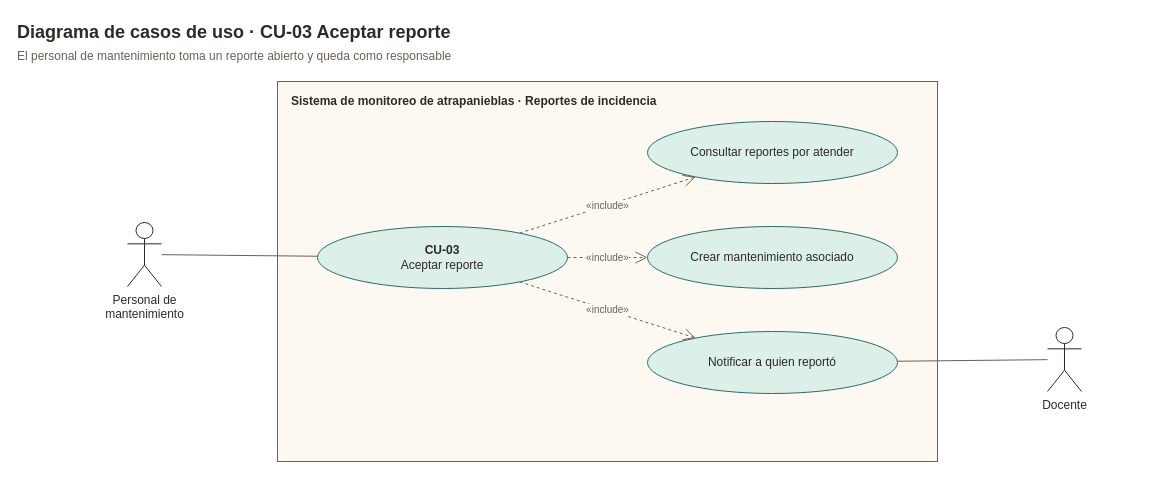
Above: page "CU-03 · Casos de uso" (5 of 22) of docs/diagramas/procesos.drawio in ruper932/integrador (draw.io), before the change. Source tidied: cells renumbered, new cells numbered last; positions are measured from the earlier drawing's top-left corner, leaving out a move shared by most shapes. Both pictures are drawn from the tidied source at 100%, with x=0, y=0 at pixel (17, 17).
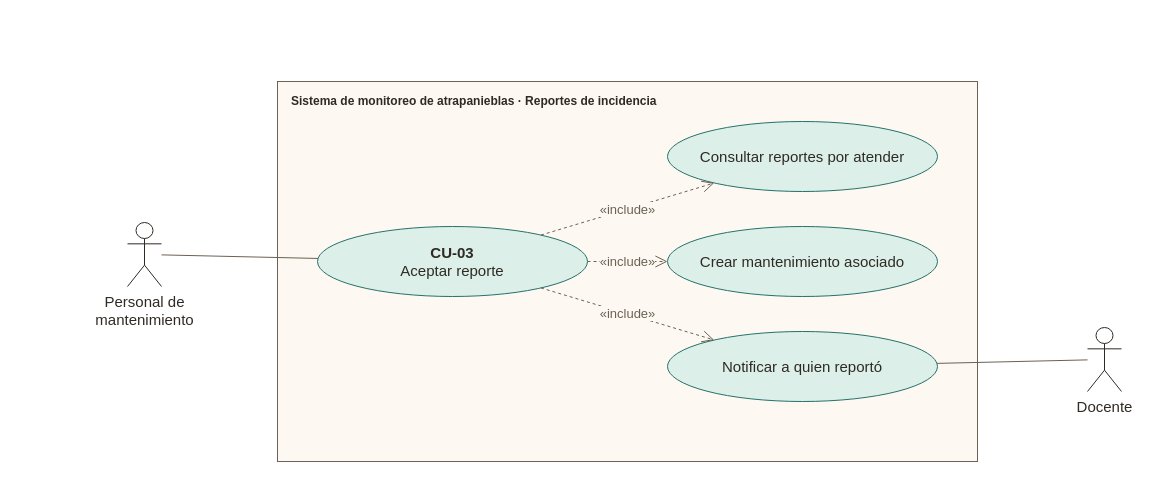
After the change.

The edit, as a diff of the source:
```diff
@@
 <mxGraphModel background="#ffffff">
   <root>
     <mxCell id="0" />
     <mxCell id="1" parent="0" />
-    <mxCell id="2" value="&lt;b&gt;Diagrama de casos de uso · CU-03 Aceptar reporte&lt;/b&gt;&lt;br&gt;&lt;span style=&quot;font-size:12px;color:#6b6155&quot;&gt;El personal de mantenimiento toma un reporte abierto y queda como responsable&lt;/span&gt;" style="text;html=1;align=left;verticalAlign=top;spacing=0;whiteSpace=wrap;fontFamily=Helvetica;fontSize=12;fontColor=#2f2a24;fontSize=18;" parent="1" vertex="1">
-      <mxGeometry width="1000" height="50" as="geometry" />
+    <mxCell id="2" value="&lt;b&gt;Sistema de monitoreo de atrapanieblas · Reportes de incidencia&lt;/b&gt;" style="rounded=0;whiteSpace=wrap;html=1;verticalAlign=top;align=left;spacingLeft=12;spacingTop=6;fillColor=#fdf9f2;strokeColor=#6b6155;fontFamily=Helvetica;fontSize=12;fontColor=#2f2a24;" parent="1" vertex="1">
+      <mxGeometry x="260" y="64" width="700" height="380" as="geometry" />
     </mxCell>
-    <mxCell id="3" value="&lt;b&gt;Sistema de monitoreo de atrapanieblas · Reportes de incidencia&lt;/b&gt;" style="rounded=0;whiteSpace=wrap;html=1;verticalAlign=top;align=left;spacingLeft=12;spacingTop=6;fillColor=#fdf9f2;strokeColor=#6b6155;fontFamily=Helvetica;fontSize=12;fontColor=#2f2a24;" parent="1" vertex="1">
-      <mxGeometry x="260" y="64" width="660" height="380" as="geometry" />
+    <mxCell id="3" value="&lt;b&gt;CU-03&lt;/b&gt;&lt;br&gt;Aceptar reporte" style="ellipse;whiteSpace=wrap;html=1;fillColor=#dcefe9;strokeColor=#26716a;fontFamily=Helvetica;fontSize=12;fontColor=#2f2a24;fontSize=15;" parent="1" vertex="1">
+      <mxGeometry x="300" y="209" width="270" height="70" as="geometry" />
     </mxCell>
-    <mxCell id="4" value="&lt;b&gt;CU-03&lt;/b&gt;&lt;br&gt;Aceptar reporte" style="ellipse;whiteSpace=wrap;html=1;fillColor=#dcefe9;strokeColor=#26716a;fontFamily=Helvetica;fontSize=12;fontColor=#2f2a24;" parent="1" vertex="1">
-      <mxGeometry x="300" y="209" width="250" height="62" as="geometry" />
+    <mxCell id="4" value="Consultar reportes por atender" style="ellipse;whiteSpace=wrap;html=1;fillColor=#dcefe9;strokeColor=#26716a;fontFamily=Helvetica;fontSize=12;fontColor=#2f2a24;fontSize=15;" parent="1" vertex="1">
+      <mxGeometry x="650" y="104" width="270" height="70" as="geometry" />
     </mxCell>
-    <mxCell id="5" value="Consultar reportes por atender" style="ellipse;whiteSpace=wrap;html=1;fillColor=#dcefe9;strokeColor=#26716a;fontFamily=Helvetica;fontSize=12;fontColor=#2f2a24;" parent="1" vertex="1">
-      <mxGeometry x="630" y="104" width="250" height="62" as="geometry" />
+    <mxCell id="5" value="Crear mantenimiento asociado" style="ellipse;whiteSpace=wrap;html=1;fillColor=#dcefe9;strokeColor=#26716a;fontFamily=Helvetica;fontSize=12;fontColor=#2f2a24;fontSize=15;" parent="1" vertex="1">
+      <mxGeometry x="650" y="209" width="270" height="70" as="geometry" />
     </mxCell>
-    <mxCell id="6" value="Crear mantenimiento asociado" style="ellipse;whiteSpace=wrap;html=1;fillColor=#dcefe9;strokeColor=#26716a;fontFamily=Helvetica;fontSize=12;fontColor=#2f2a24;" parent="1" vertex="1">
-      <mxGeometry x="630" y="209" width="250" height="62" as="geometry" />
+    <mxCell id="6" value="Notificar a quien reportó" style="ellipse;whiteSpace=wrap;html=1;fillColor=#dcefe9;strokeColor=#26716a;fontFamily=Helvetica;fontSize=12;fontColor=#2f2a24;fontSize=15;" parent="1" vertex="1">
+      <mxGeometry x="650" y="314" width="270" height="70" as="geometry" />
     </mxCell>
-    <mxCell id="7" value="Notificar a quien reportó" style="ellipse;whiteSpace=wrap;html=1;fillColor=#dcefe9;strokeColor=#26716a;fontFamily=Helvetica;fontSize=12;fontColor=#2f2a24;" parent="1" vertex="1">
-      <mxGeometry x="630" y="314" width="250" height="62" as="geometry" />
+    <mxCell id="7" value="Personal de&lt;br&gt;mantenimiento" style="shape=umlActor;verticalLabelPosition=bottom;verticalAlign=top;html=1;outlineConnect=0;strokeColor=#2f2a24;fillColor=#ffffff;fontFamily=Helvetica;fontSize=12;fontColor=#2f2a24;fontSize=15;" parent="1" vertex="1">
+      <mxGeometry x="110" y="205" width="34" height="64" as="geometry" />
     </mxCell>
-    <mxCell id="8" value="Personal de&lt;br&gt;mantenimiento" style="shape=umlActor;verticalLabelPosition=bottom;verticalAlign=top;html=1;outlineConnect=0;strokeColor=#2f2a24;fillColor=#ffffff;fontFamily=Helvetica;fontSize=12;fontColor=#2f2a24;" parent="1" vertex="1">
-      <mxGeometry x="110" y="205" width="34" height="64" as="geometry" />
+    <mxCell id="8" value="Docente" style="shape=umlActor;verticalLabelPosition=bottom;verticalAlign=top;html=1;outlineConnect=0;strokeColor=#2f2a24;fillColor=#ffffff;fontFamily=Helvetica;fontSize=12;fontColor=#2f2a24;fontSize=15;" parent="1" vertex="1">
+      <mxGeometry x="1070" y="310" width="34" height="64" as="geometry" />
     </mxCell>
-    <mxCell id="9" value="Docente" style="shape=umlActor;verticalLabelPosition=bottom;verticalAlign=top;html=1;outlineConnect=0;strokeColor=#2f2a24;fillColor=#ffffff;fontFamily=Helvetica;fontSize=12;fontColor=#2f2a24;" parent="1" vertex="1">
-      <mxGeometry x="1030" y="310" width="34" height="64" as="geometry" />
-    </mxCell>
+    <mxCell id="15" style="html=1;endArrow=none;strokeColor=#6b6155;" parent="1" edge="1" source="7" target="3">
+      <mxGeometry relative="1" as="geometry" />
+    </mxCell>
-    <mxCell id="10" style="html=1;endArrow=none;strokeColor=#6b6155;" parent="1" edge="1" source="8" target="4">
+    <mxCell id="10" style="html=1;endArrow=none;strokeColor=#6b6155;" parent="1" edge="1" source="8" target="6">
       <mxGeometry relative="1" as="geometry" />
     </mxCell>
-    <mxCell id="11" style="html=1;endArrow=none;strokeColor=#6b6155;" parent="1" edge="1" source="9" target="7">
+    <mxCell id="11" value="«include»" style="html=1;dashed=1;endArrow=open;endSize=10;strokeColor=#6b6155;fontFamily=Helvetica;fontSize=12;fontColor=#2f2a24;fontSize=13;fontColor=#6b6155;labelBackgroundColor=#fdf9f2;" parent="1" edge="1" source="3" target="4">
       <mxGeometry relative="1" as="geometry" />
     </mxCell>
-    <mxCell id="12" value="«include»" style="html=1;dashed=1;endArrow=open;endSize=10;strokeColor=#6b6155;fontFamily=Helvetica;fontSize=12;fontColor=#2f2a24;fontSize=10;fontColor=#6b6155;labelBackgroundColor=#fdf9f2;" parent="1" edge="1" source="4" target="5">
+    <mxCell id="12" value="«include»" style="html=1;dashed=1;endArrow=open;endSize=10;strokeColor=#6b6155;fontFamily=Helvetica;fontSize=12;fontColor=#2f2a24;fontSize=13;fontColor=#6b6155;labelBackgroundColor=#fdf9f2;" parent="1" edge="1" source="3" target="5">
       <mxGeometry relative="1" as="geometry" />
     </mxCell>
-    <mxCell id="13" value="«include»" style="html=1;dashed=1;endArrow=open;endSize=10;strokeColor=#6b6155;fontFamily=Helvetica;fontSize=12;fontColor=#2f2a24;fontSize=10;fontColor=#6b6155;labelBackgroundColor=#fdf9f2;" parent="1" edge="1" source="4" target="6">
+    <mxCell id="13" value="«include»" style="html=1;dashed=1;endArrow=open;endSize=10;strokeColor=#6b6155;fontFamily=Helvetica;fontSize=12;fontColor=#2f2a24;fontSize=13;fontColor=#6b6155;labelBackgroundColor=#fdf9f2;" parent="1" edge="1" source="3" target="6">
       <mxGeometry relative="1" as="geometry" />
     </mxCell>
-    <mxCell id="14" value="«include»" style="html=1;dashed=1;endArrow=open;endSize=10;strokeColor=#6b6155;fontFamily=Helvetica;fontSize=12;fontColor=#2f2a24;fontSize=10;fontColor=#6b6155;labelBackgroundColor=#fdf9f2;" parent="1" edge="1" source="4" target="7">
-      <mxGeometry relative="1" as="geometry" />
-    </mxCell>
   </root>
 </mxGraphModel>
```
